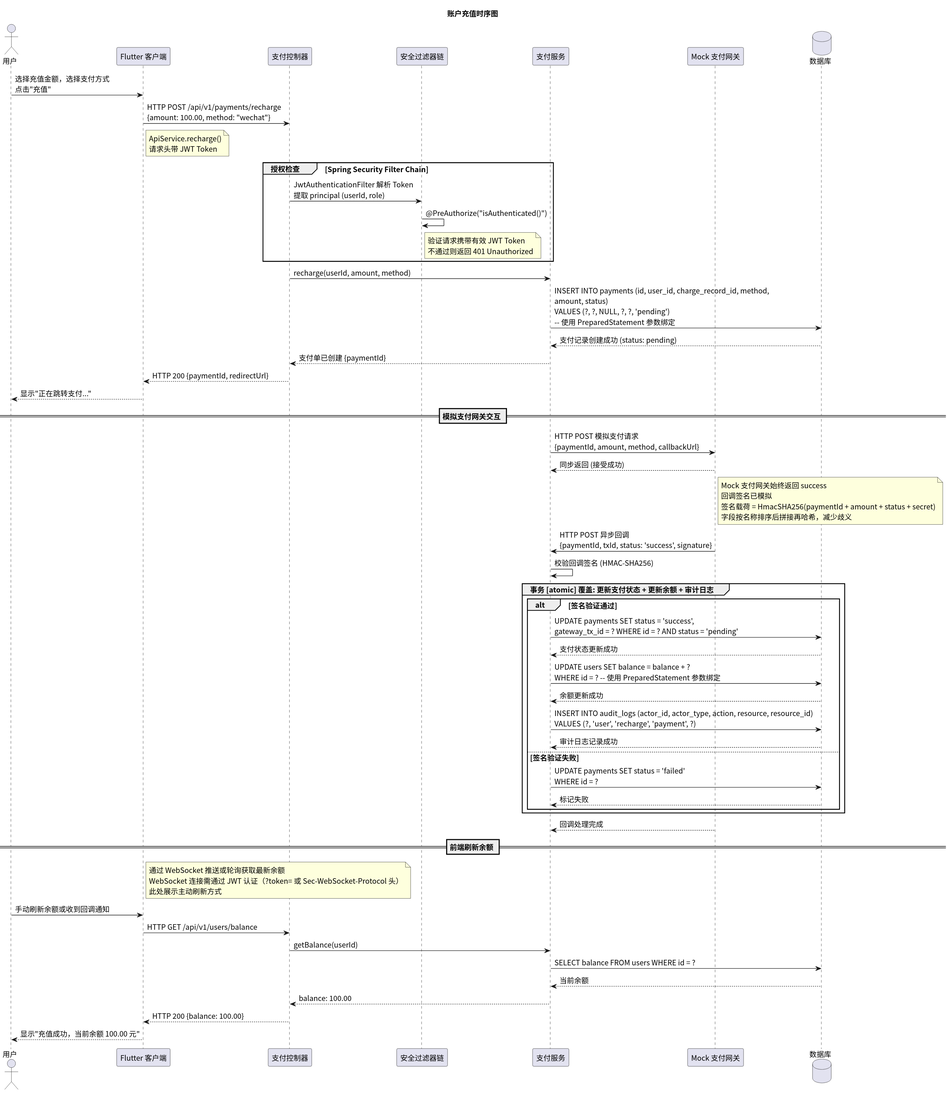
The PlantUML diagram time/img/sequence_recharge.svg in greenhandzdl/charging-station-doc, before a commit.
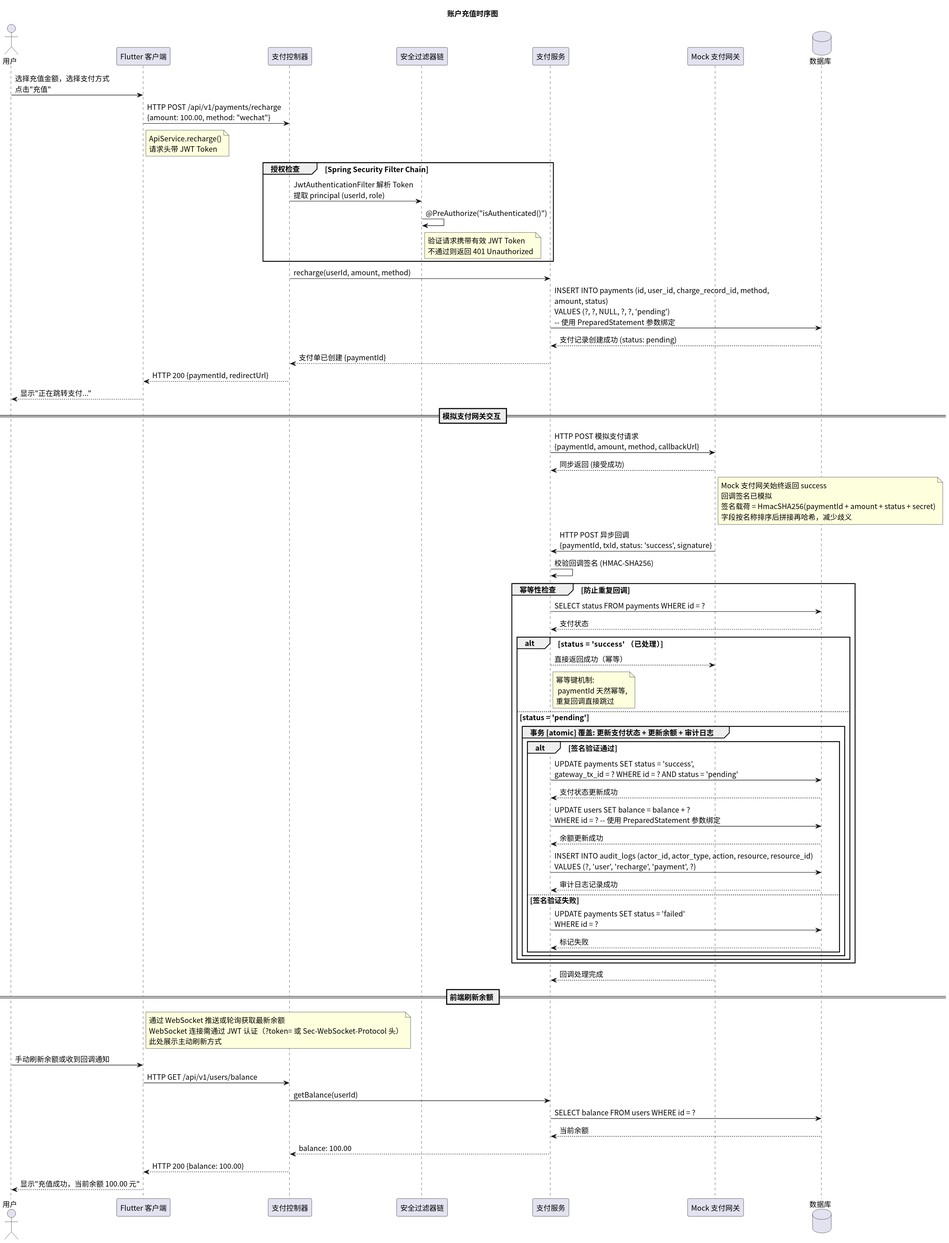
The same diagram one commit later.

The edit, as a diff of the source:
```diff
@@ -41,20 +41,30 @@
 
 PS -> PS: 校验回调签名 (HMAC-SHA256)
 
-group 事务 [atomic] 覆盖: 更新支付状态 + 更新余额 + 审计日志
-  alt 签名验证通过
-    PS -> DB: UPDATE payments SET status = 'success',\ngateway_tx_id = ? WHERE id = ? AND status = 'pending'
-    DB --> PS: 支付状态更新成功
+group 幂等性检查 [防止重复回调]
+    PS -> DB: SELECT status FROM payments WHERE id = ?
+    DB --> PS: 支付状态
 
-    PS -> DB: UPDATE users SET balance = balance + ?\nWHERE id = ? -- 使用 PreparedStatement 参数绑定
-    DB --> PS: 余额更新成功
+    alt status = 'success' （已处理）
+      PS --> Gateway: 直接返回成功（幂等）
+      note right PS : 幂等键机制:\n paymentId 天然幂等,\n重复回调直接跳过
+    else status = 'pending'
+      group 事务 [atomic] 覆盖: 更新支付状态 + 更新余额 + 审计日志
+        alt 签名验证通过
+          PS -> DB: UPDATE payments SET status = 'success',\ngateway_tx_id = ? WHERE id = ? AND status = 'pending'
+          DB --> PS: 支付状态更新成功
 
-    PS -> DB: INSERT INTO audit_logs (actor_id, actor_type, action, resource, resource_id)\nVALUES (?, 'user', 'recharge', 'payment', ?)
-    DB --> PS: 审计日志记录成功
-  else 签名验证失败
-    PS -> DB: UPDATE payments SET status = 'failed'\nWHERE id = ?
-    DB --> PS: 标记失败
-  end
+          PS -> DB: UPDATE users SET balance = balance + ?\nWHERE id = ? -- 使用 PreparedStatement 参数绑定
+          DB --> PS: 余额更新成功
+
+          PS -> DB: INSERT INTO audit_logs (actor_id, actor_type, action, resource, resource_id)\nVALUES (?, 'user', 'recharge', 'payment', ?)
+          DB --> PS: 审计日志记录成功
+        else 签名验证失败
+          PS -> DB: UPDATE payments SET status = 'failed'\nWHERE id = ?
+          DB --> PS: 标记失败
+        end
+      end
+    end
 end
 
 Gateway --> PS: 回调处理完成
```
